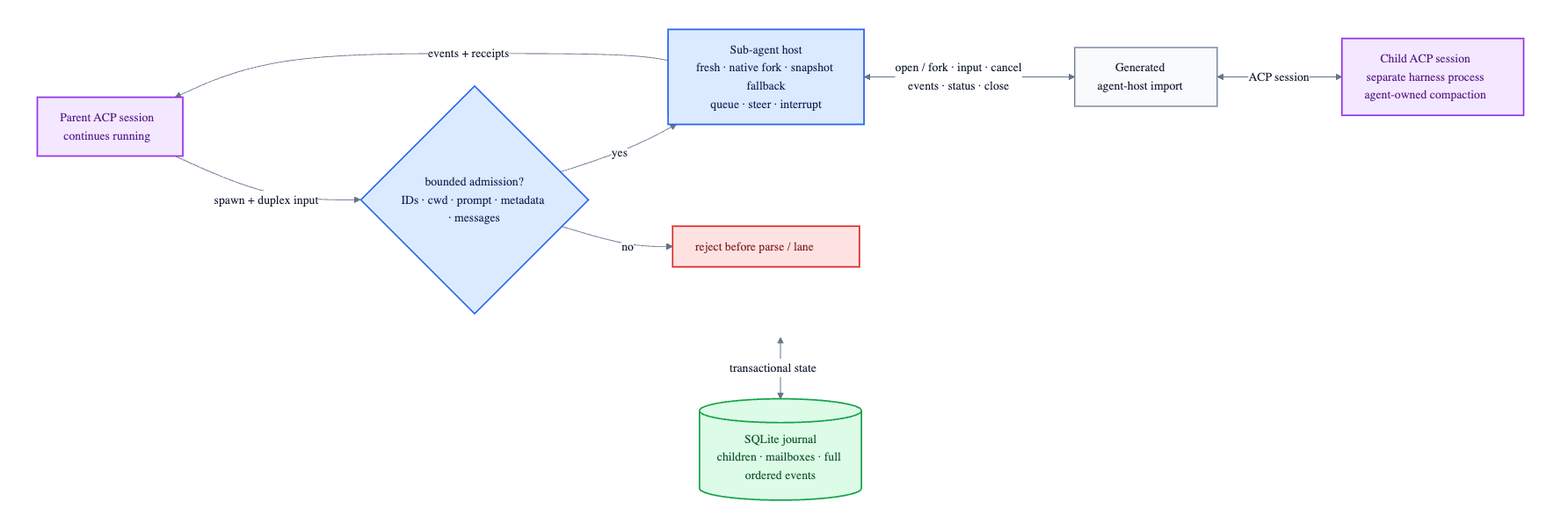
Earlier version of the Mermaid export v2/docs/sub-agent-host-flow.png (fontanierh/crab). Its source is kept beside it as v2/docs/sub-agent-host-flow.mmd.
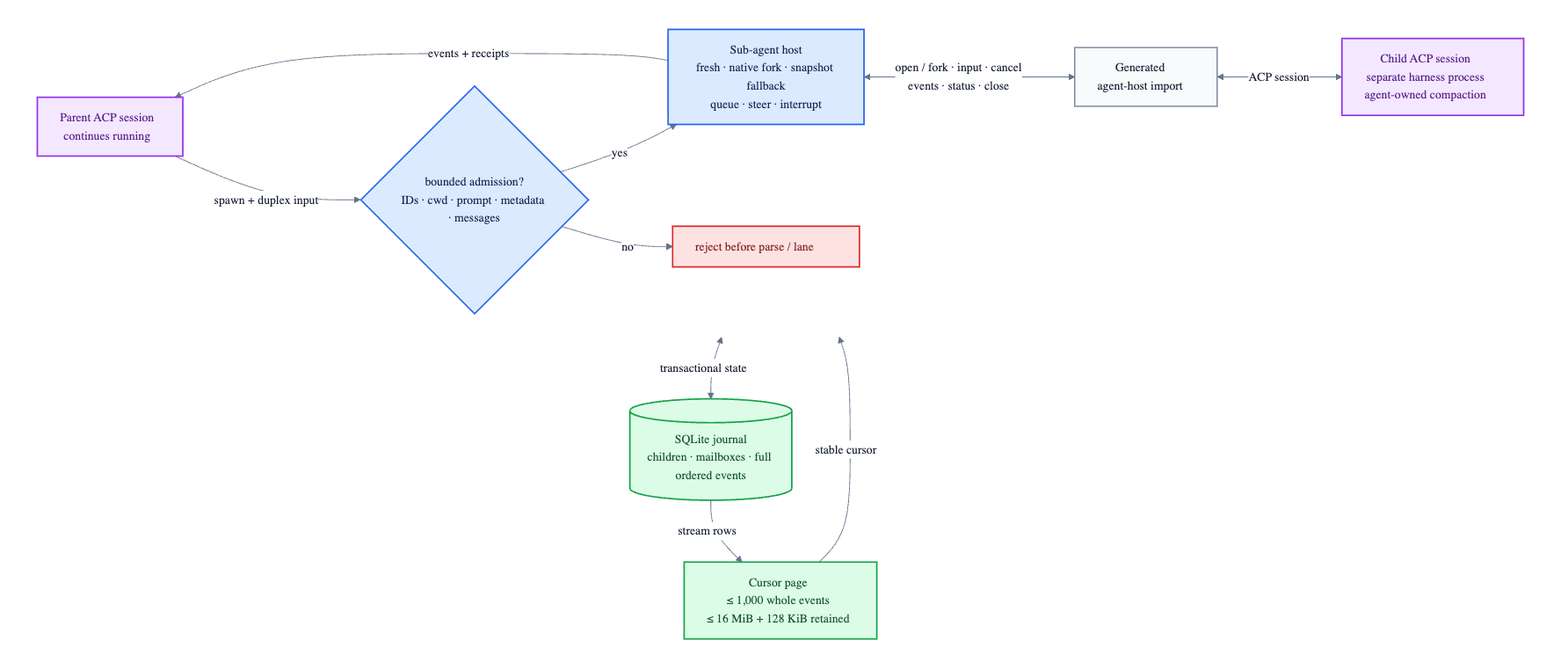
The same diagram one commit later.

Commit message:
fix(v2): byte-bound sub-agent event pages (#352)

Diff of the diagram source:
```diff
@@ -17,7 +17,9 @@
         IMPORT <-->|"ACP session"| CHILD
     end
     DB[("SQLite journal<br/>children · mailboxes · full ordered events")]
+    PAGE["Cursor page<br/>≤ 1,000 whole events<br/>≤ 16 MiB + 128 KiB retained"]
     HOST <-->|"transactional state"| DB
+    DB -->|"stream rows"| PAGE -->|"stable cursor"| HOST
 
     classDef session fill:#f3e8ff,stroke:#9333ea,stroke-width:2px,color:#581c87;
     classDef runtime fill:#dbeafe,stroke:#2563eb,stroke-width:2px,color:#172554;
@@ -28,6 +30,6 @@
     class PARENT,CHILD session;
     class ADMIT,HOST runtime;
     class REJECT reject;
-    class DB durable;
+    class DB,PAGE durable;
     class IMPORT boundary;
     style LIVE fill:none,stroke:none;
```
